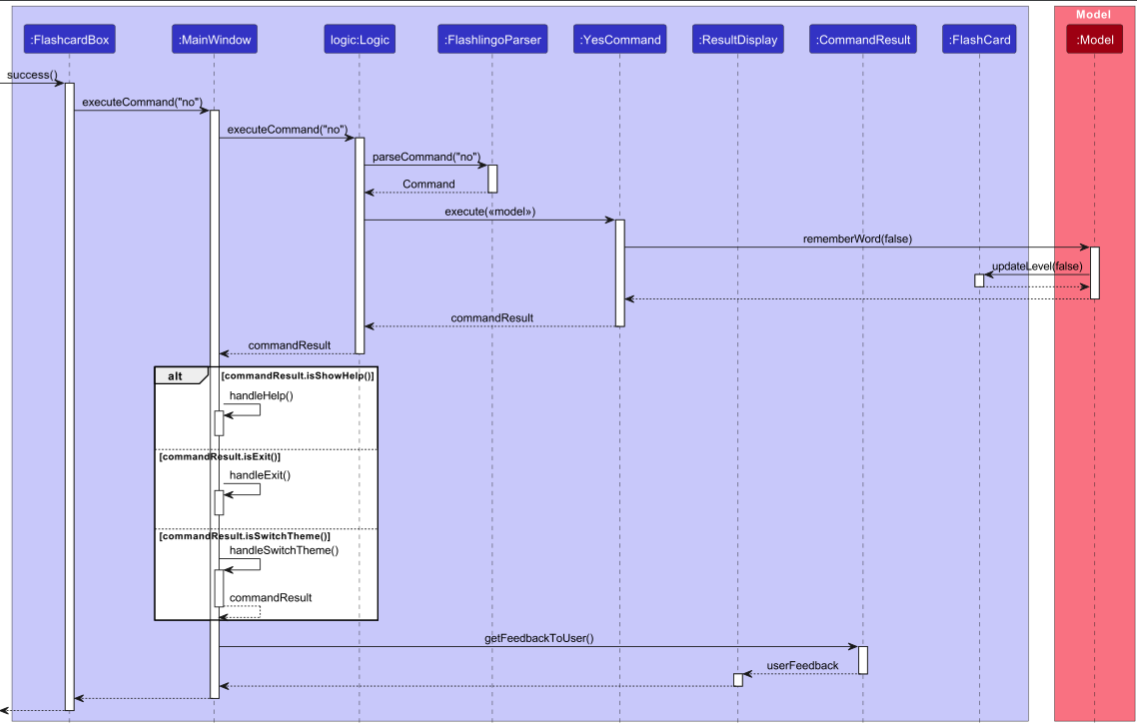
Before: docs/images/UiNoButtonSequenceDiagram.png, a diagram exported from PlantUML (nus-cs2103-AY2324S1/tp). Its source is kept beside it as docs/diagrams/UiNoButtonSequenceDiagram.puml.
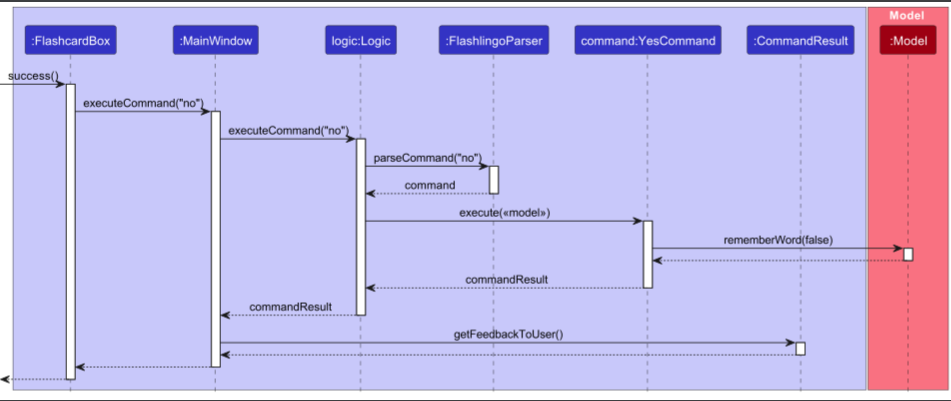
After the change.

Commit message:
Omit some details in Yes/No sequence diagram

Diff of the diagram source:
```diff
@@ -7,10 +7,8 @@
 participant ":MainWindow" as MainWindow LOGIC_COLOR
 participant "logic:Logic" as Logic LOGIC_COLOR
 participant ":FlashlingoParser" as FlashlingoParser LOGIC_COLOR
-participant ":YesCommand" as YesCommand LOGIC_COLOR
-participant ":ResultDisplay" as ResultDisplay LOGIC_COLOR
+participant "command:YesCommand" as YesCommand LOGIC_COLOR
 participant ":CommandResult" as CommandResult LOGIC_COLOR
-participant ":FlashCard" as FlashCard LOGIC_COLOR
 end box
 
 box Model MODEL_COLOR_T1
@@ -29,39 +27,21 @@
 
 Logic -> FlashlingoParser : parseCommand("no")
 activate FlashlingoParser
-return Command
+return command
 
 Logic -> YesCommand : execute(<<model>>)
 activate YesCommand
 YesCommand -> Model : rememberWord(false)
 activate Model
-Model -> FlashCard : updateLevel(false)
-activate FlashCard
-FlashCard --> Model
-deactivate FlashCard
+
 return
 return commandResult
 return commandResult
 
-alt commandResult.isShowHelp()
-MainWindow -> MainWindow ++ : handleHelp()
-deactivate MainWindow
-else commandResult.isExit()
-MainWindow -> MainWindow ++ : handleExit()
-deactivate MainWindow
-else commandResult.isSwitchTheme()
-MainWindow -> MainWindow ++ : handleSwitchTheme()
-MainWindow --> MainWindow : commandResult
-deactivate MainWindow
-end
-
 MainWindow -> CommandResult : getFeedbackToUser()
 activate CommandResult
-CommandResult --> ResultDisplay : userFeedback
-deactivate CommandResult
-activate ResultDisplay
-ResultDisplay --> MainWindow
-deactivate ResultDisplay
+return
+
 
 MainWindow --> FlashcardBox
 deactivate MainWindow
```
